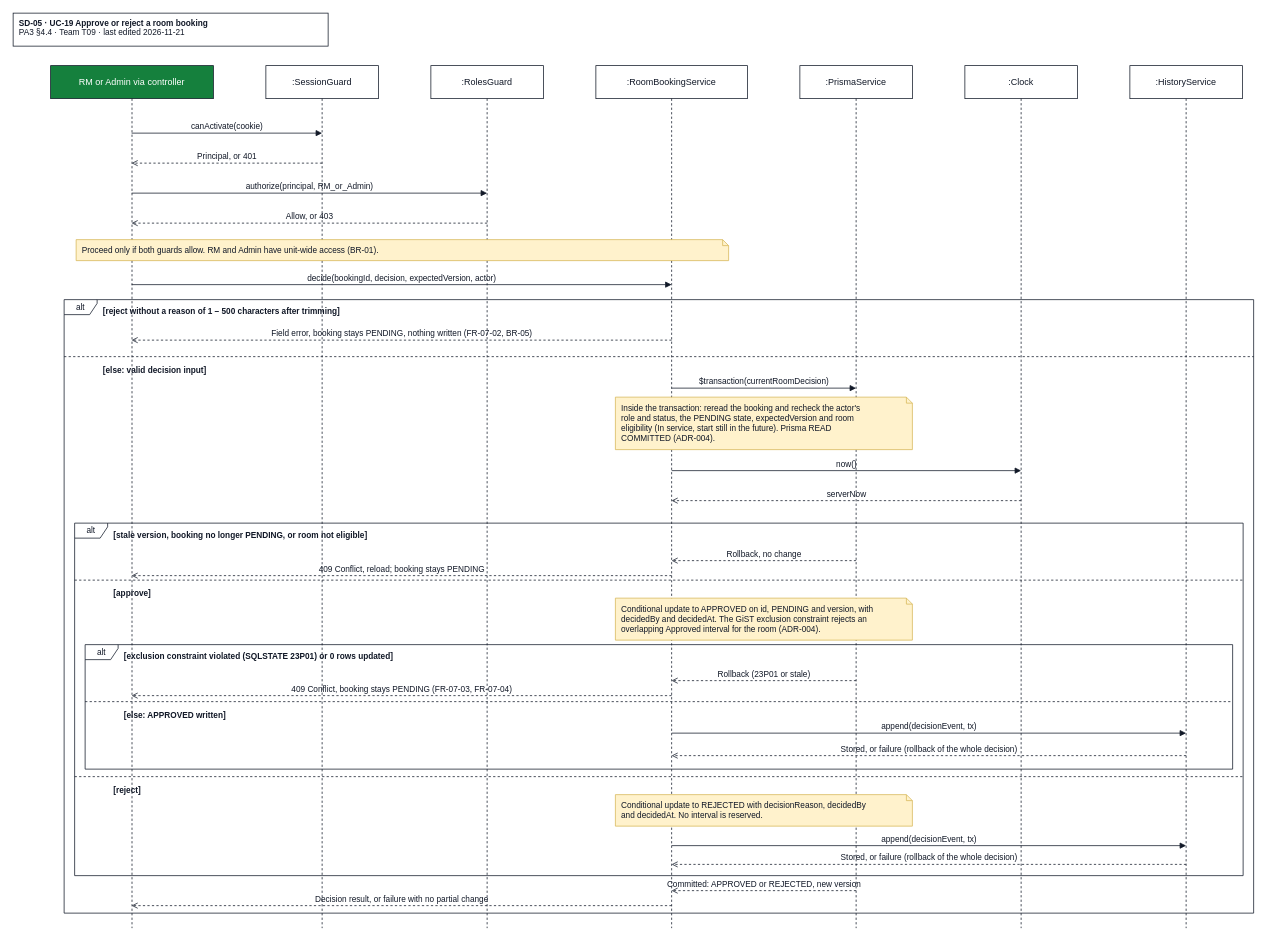
The draw.io diagram docs/design/diagrams/SD-05_uc19-decide-room-booking.drawio in JuliaTrang/T09-CampusBorrow, before the edit. Source tidied: cells renumbered, new cells numbered last; positions are measured from the earlier drawing's top-left corner, leaving out a move shared by most shapes. Both pictures are drawn from the tidied source at 75%, with x=0, y=0 at pixel (13, 13).
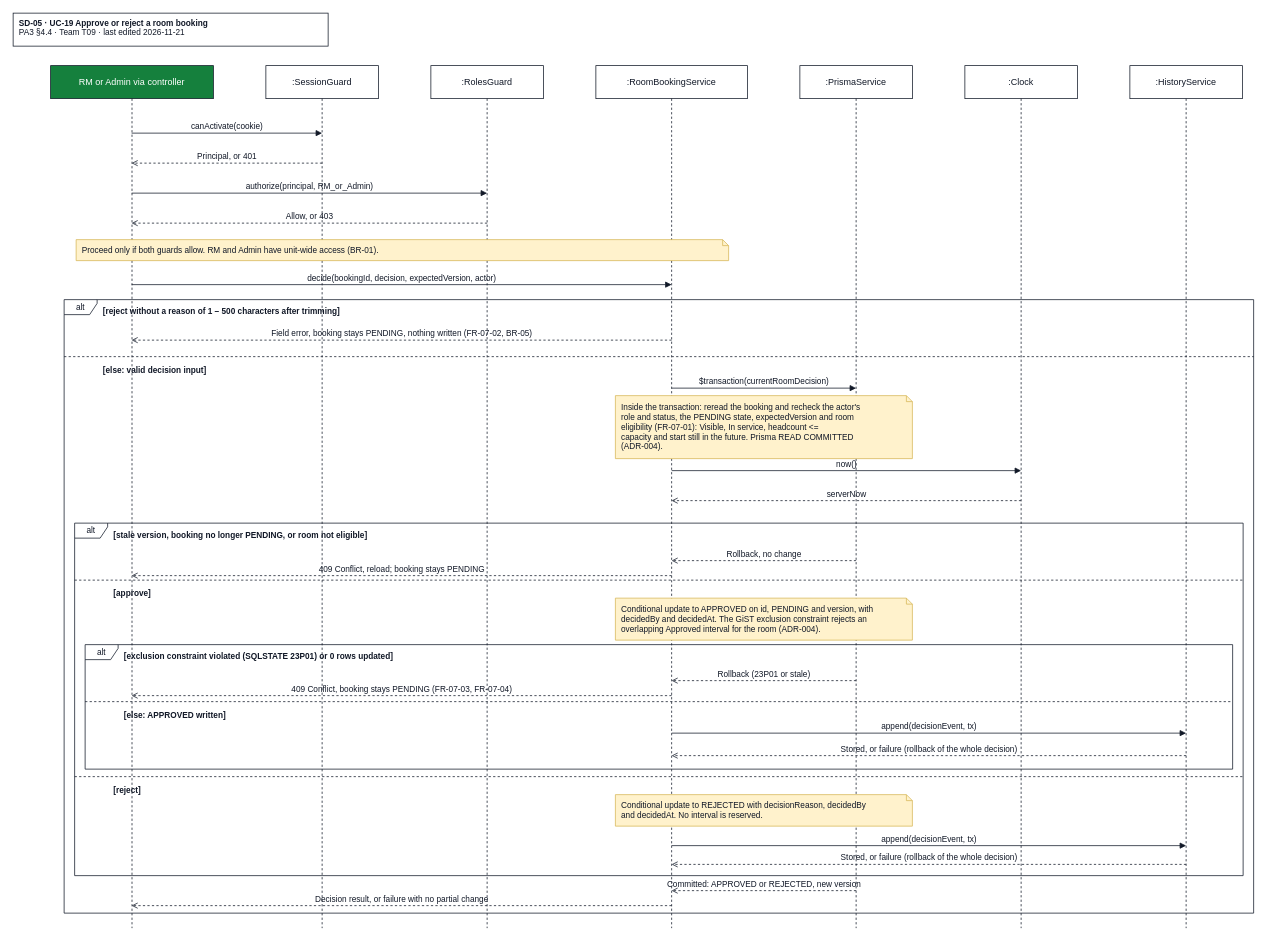
The same page after the edit.

Commit message (it also covers changes not shown here):
docs(pa3): add AccountModule dependencies for CMP-04/05/07 and fix SD-05 eligibility note

What changed in the source:
```diff
@@
-    <mxCell id="32" value="Inside the transaction: reread the booking and recheck the actor's&lt;br&gt;role and status, the PENDING state, expectedVersion and room&lt;br&gt;eligibility (In service, start still in the future). Prisma READ&lt;br&gt;COMMITTED (ADR-004)." style="shape=note;size=8;whiteSpace=wrap;html=1;align=left;verticalAlign=middle;spacingLeft=6;fillColor=#fff2cc;strokeColor=#d6b656;fontFamily=Arial;fontSize=11;fontColor=#111827;" parent="1" vertex="1">
-      <mxGeometry x="803" y="512" width="396" height="70" as="geometry" />
+    <mxCell id="32" value="Inside the transaction: reread the booking and recheck the actor's&lt;br&gt;role and status, the PENDING state, expectedVersion and room&lt;br&gt;eligibility (FR-07-01): Visible, In service, headcount &amp;lt;=&lt;br&gt;capacity and start still in the future. Prisma READ COMMITTED&lt;br&gt;(ADR-004)." style="shape=note;size=8;whiteSpace=wrap;html=1;align=left;verticalAlign=middle;spacingLeft=6;fillColor=#fff2cc;strokeColor=#d6b656;fontFamily=Arial;fontSize=11;fontColor=#111827;" parent="1" vertex="1">
+      <mxGeometry x="803" y="510" width="396" height="84" as="geometry" />
     </mxCell>
```
